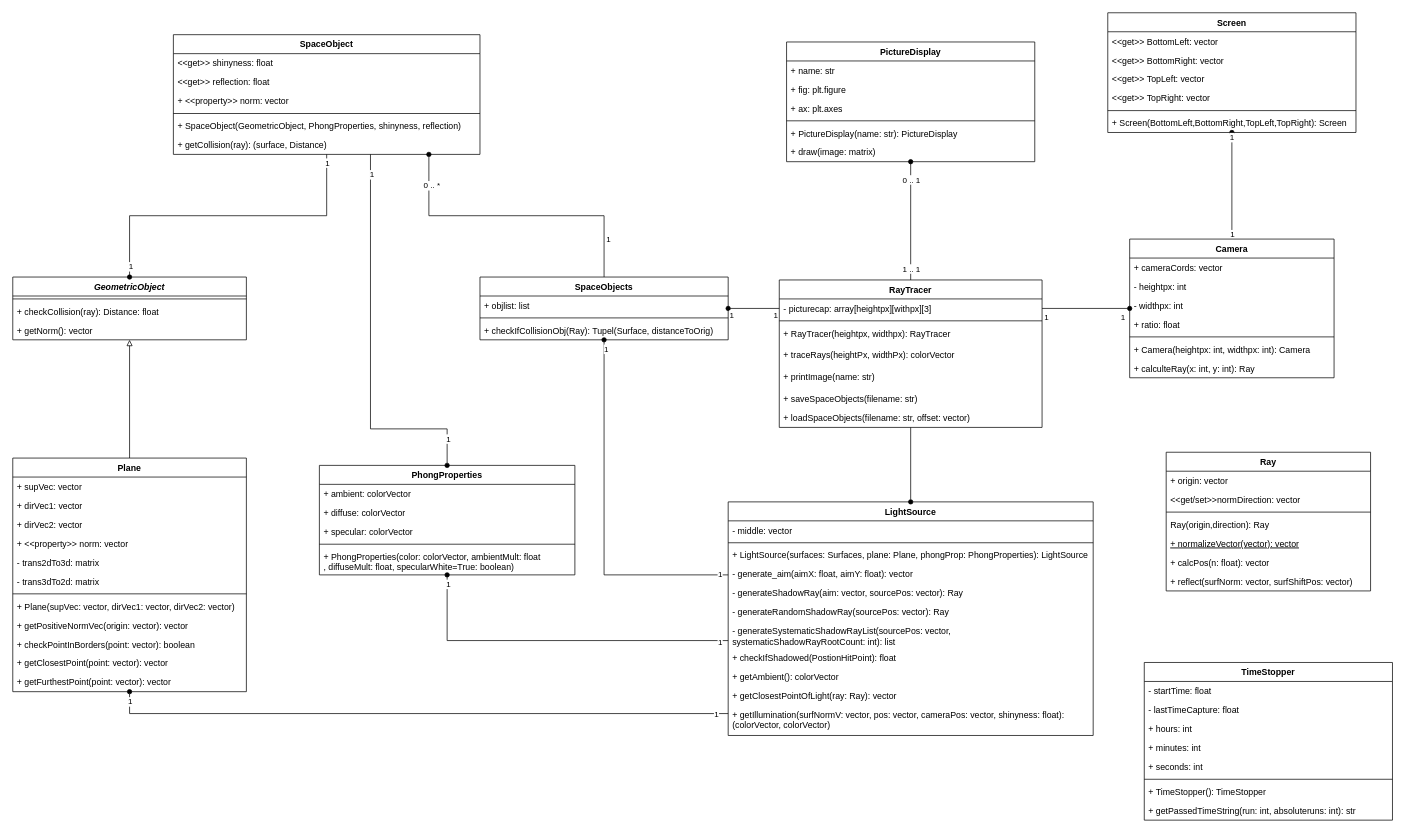
The draw.io diagram rayclasses.drawio in FreshMax9000/RayTrace, before the edit. Source tidied: cells renumbered, new cells numbered last; positions are measured from the earlier drawing's top-left corner, leaving out a move shared by most shapes. Both pictures are drawn from the tidied source at 73%, with x=0, y=0 at pixel (12, 12).
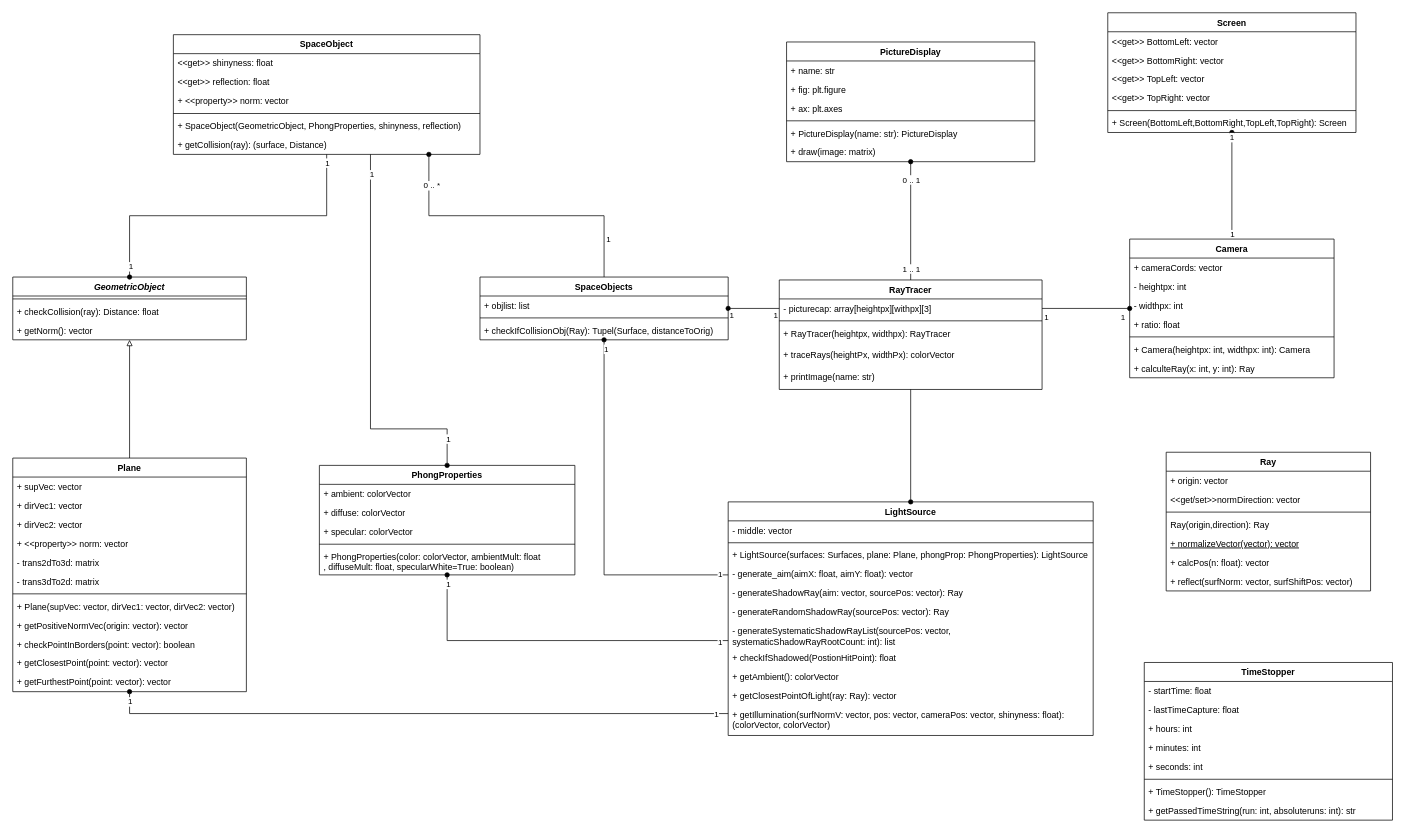
Above is the later version.

Commit message:
Removed load and space stuff again

What changed in the source:
```diff
@@
     <mxCell id="23" value="RayTracer" style="swimlane;fontStyle=1;align=center;verticalAlign=top;horizontal=1;startSize=26;" parent="1" vertex="1">
-      <mxGeometry x="1050" y="366" width="360" height="202" as="geometry" />
+      <mxGeometry x="1050" y="366" width="360" height="150" as="geometry" />
     </mxCell>
@@
-    <mxCell id="29" value="+ saveSpaceObjects(filename: str)" style="text;strokeColor=none;fillColor=none;align=left;verticalAlign=top;spacingLeft=4;spacingRight=4;overflow=hidden;" parent="23" vertex="1">
-      <mxGeometry y="150" width="360" height="26" as="geometry" />
-    </mxCell>
-    <mxCell id="30" value="+ loadSpaceObjects(filename: str, offset: vector)" style="text;strokeColor=none;fillColor=none;align=left;verticalAlign=top;spacingLeft=4;spacingRight=4;overflow=hidden;" parent="23" vertex="1">
-      <mxGeometry y="176" width="360" height="26" as="geometry" />
-    </mxCell>
```
